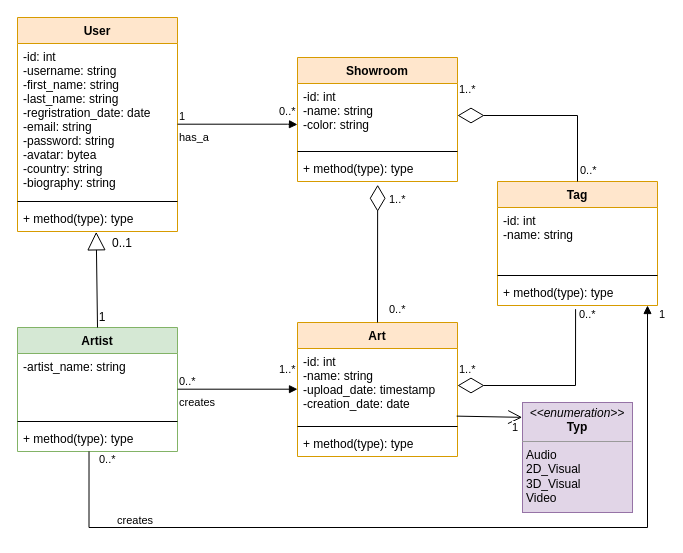
The draw.io diagram media/uml_v1.drawio in Arcn-git/v_gallery, before the edit. Source tidied: cells renumbered, new cells numbered last; positions are measured from the earlier drawing's top-left corner, leaving out a move shared by most shapes. Both pictures are drawn from the tidied source at 100%, with x=0, y=0 at pixel (17, 17).
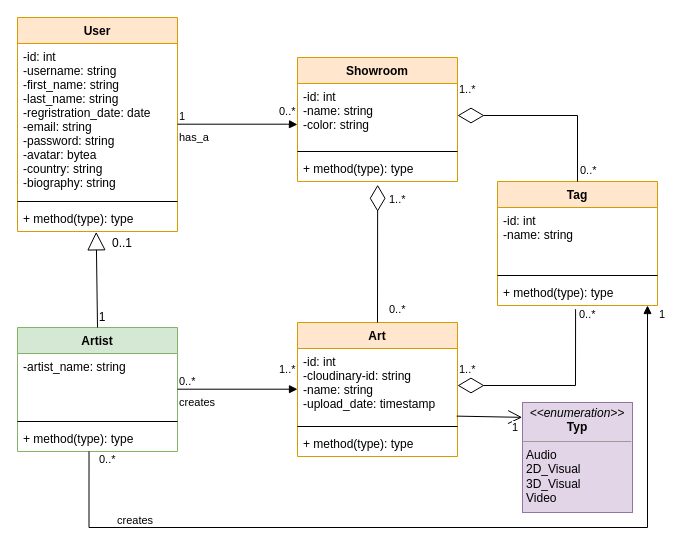
The same diagram, later.

The change refers to these unchanged cells:
```xml
<mxCell id="2" value="Art" style="swimlane;fontStyle=1;align=center;verticalAlign=top;horizontal=1;startSize=26;fillColor=#ffe6cc;strokeColor=#d79b00;" parent="1" vertex="1">
  <mxGeometry x="280" y="305" width="160" height="134" as="geometry" />
</mxCell>
```

Diff of the diagram source:
```diff
@@
-    <mxCell id="3" value="-id: int&#10;-name: string&#10;-upload_date: timestamp&#10;-creation_date: date" style="text;strokeColor=none;fillColor=none;align=left;verticalAlign=top;spacingLeft=4;spacingRight=4;overflow=hidden;points=[[0,0.5],[1,0.5]];portConstraint=eastwest;" parent="2" vertex="1">
+    <mxCell id="3" value="-id: int&#10;-cloudinary-id: string&#10;-name: string&#10;-upload_date: timestamp" style="text;strokeColor=none;fillColor=none;align=left;verticalAlign=top;spacingLeft=4;spacingRight=4;overflow=hidden;points=[[0,0.5],[1,0.5]];portConstraint=eastwest;" parent="2" vertex="1">
       <mxGeometry y="26" width="160" height="74" as="geometry" />
     </mxCell>
```
